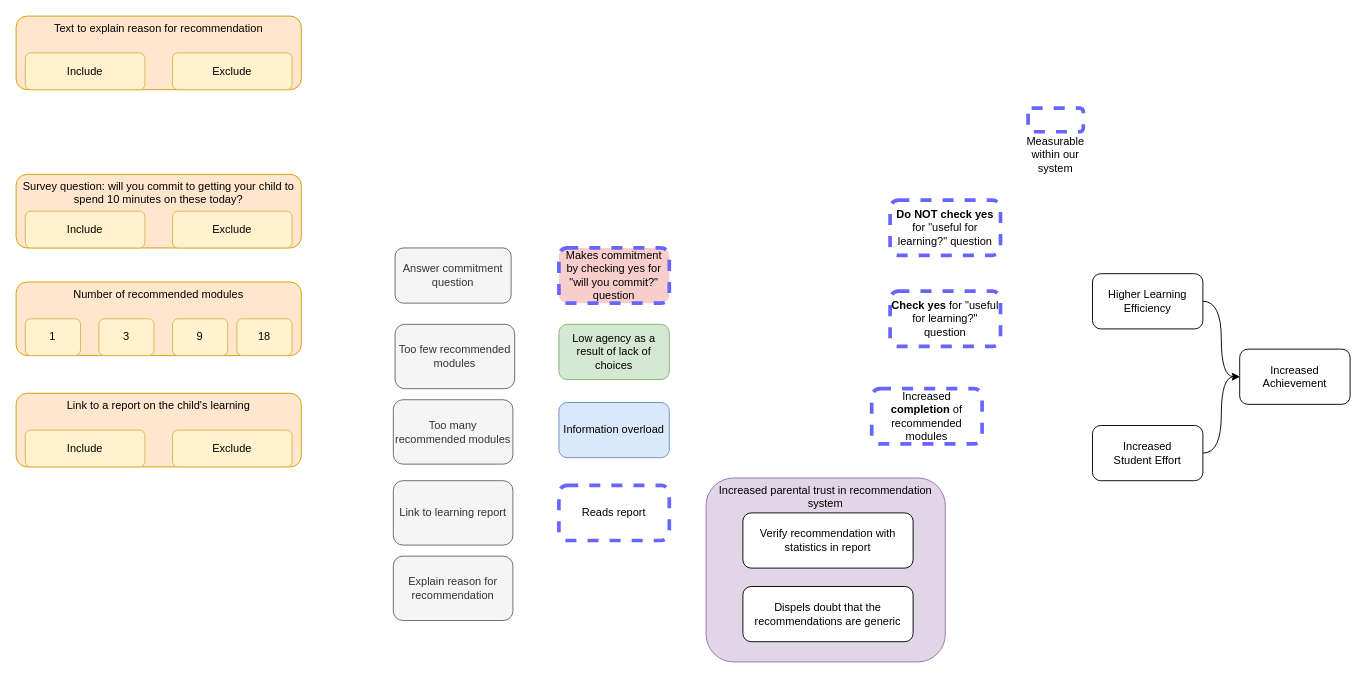
This is parent_nudge_mechanism_engagepage.drawio from henrishi/drawio, a draw.io file, before an edit. Source tidied: cells renumbered, new cells numbered last; positions are measured from the earlier drawing's top-left corner, leaving out a move shared by most shapes. Both pictures are drawn from the tidied source at 92%, with x=0, y=0 at pixel (16, 16).
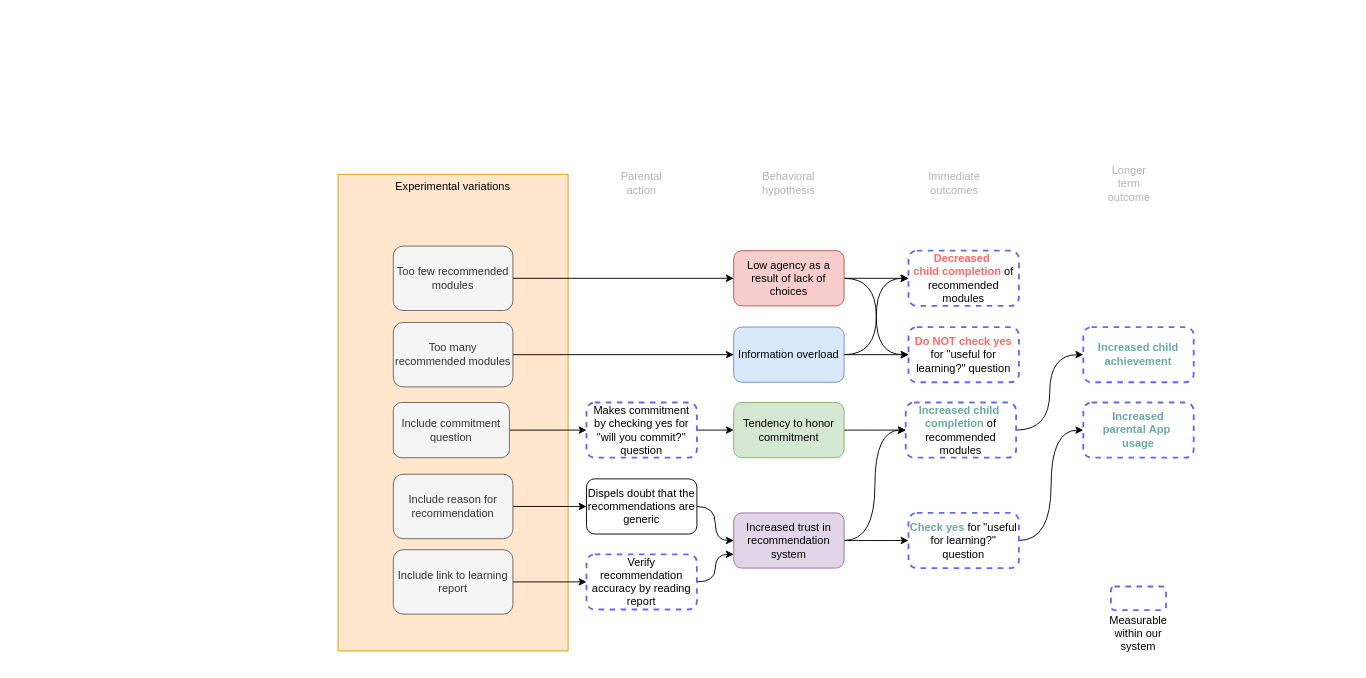
The same diagram, later.

Change to the diagram source:
```diff
@@
-    <mxCell id="2" style="group;" parent="1" vertex="1">
-      <mxGeometry x="750" y="500" width="260" height="200" as="geometry" />
-    </mxCell>
-    <mxCell id="3" value="Increased parental trust in recommendation system" style="rounded=1;whiteSpace=wrap;html=1;fillColor=#e1d5e7;strokeColor=#9673a6;verticalAlign=top;" parent="2" vertex="1">
-      <mxGeometry y="2" width="260" height="200" as="geometry" />
-    </mxCell>
-    <mxCell id="4" value="Verify recommendation with statistics in report" style="rounded=1;whiteSpace=wrap;html=1;" parent="2" vertex="1">
-      <mxGeometry x="40" y="40" width="185" height="60" as="geometry" />
-    </mxCell>
-    <mxCell id="5" value="Dispels doubt that the recommendations are generic" style="rounded=1;whiteSpace=wrap;html=1;" parent="2" vertex="1">
-      <mxGeometry x="40" y="120" width="185" height="60" as="geometry" />
-    </mxCell>
+    <mxCell id="44" value="Experimental variations" style="rounded=0;whiteSpace=wrap;html=1;strokeWidth=1;verticalAlign=top;fillColor=#ffe6cc;strokeColor=#d79b00;" parent="1" vertex="1">
+      <mxGeometry x="350" y="172" width="250" height="518" as="geometry" />
+    </mxCell>
+    <mxCell id="45" style="edgeStyle=none;rounded=0;jettySize=auto;html=1;exitX=1;exitY=0.5;exitDx=0;exitDy=0;entryX=0;entryY=0.5;entryDx=0;entryDy=0;fontColor=#B3B3B3;" parent="1" edge="1" source="6" target="39">
+      <mxGeometry relative="1" as="geometry" />
+    </mxCell>
-    <mxCell id="6" value="Answer commitment question" style="rounded=1;whiteSpace=wrap;html=1;strokeWidth=1;fillColor=#f5f5f5;strokeColor=#666666;fontColor=#333333;" parent="1" vertex="1">
-      <mxGeometry x="411.9" y="252" width="126.2" height="60" as="geometry" />
+    <mxCell id="6" value="Include commitment question" style="rounded=1;whiteSpace=wrap;html=1;strokeWidth=1;fillColor=#f5f5f5;strokeColor=#666666;fontColor=#333333;" parent="1" vertex="1">
+      <mxGeometry x="410" y="420" width="126.2" height="60" as="geometry" />
     </mxCell>
+    <mxCell id="46" style="edgeStyle=none;rounded=0;jettySize=auto;html=1;exitX=1;exitY=0.5;exitDx=0;exitDy=0;entryX=0;entryY=0.5;entryDx=0;entryDy=0;fontColor=#B3B3B3;" parent="1" edge="1" source="7" target="5">
+      <mxGeometry relative="1" as="geometry" />
+    </mxCell>
-    <mxCell id="7" value="Explain reason for recommendation" style="rounded=1;whiteSpace=wrap;html=1;fillColor=#f5f5f5;strokeWidth=1;strokeColor=#666666;fontColor=#333333;" parent="1" vertex="1">
-      <mxGeometry x="410" y="587" width="130" height="70" as="geometry" />
+    <mxCell id="7" value="Include reason for recommendation" style="rounded=1;whiteSpace=wrap;html=1;fillColor=#f5f5f5;strokeWidth=1;strokeColor=#666666;fontColor=#333333;" parent="1" vertex="1">
+      <mxGeometry x="410" y="498" width="130" height="70" as="geometry" />
     </mxCell>
+    <mxCell id="47" style="edgeStyle=orthogonalEdgeStyle;rounded=0;jettySize=auto;html=1;exitX=1;exitY=0.5;exitDx=0;exitDy=0;entryX=0;entryY=0.5;entryDx=0;entryDy=0;fontColor=#B3B3B3;" parent="1" edge="1" source="8" target="41">
+      <mxGeometry relative="1" as="geometry" />
+    </mxCell>
     <mxCell id="8" value="Too few recommended modules" style="rounded=1;whiteSpace=wrap;html=1;fillColor=#f5f5f5;strokeWidth=1;strokeColor=#666666;fontColor=#333333;" parent="1" vertex="1">
-      <mxGeometry x="411.9" y="335" width="130" height="70" as="geometry" />
+      <mxGeometry x="410" y="250" width="130" height="70" as="geometry" />
     </mxCell>
+    <mxCell id="48" style="edgeStyle=none;rounded=0;jettySize=auto;html=1;exitX=1;exitY=0.5;exitDx=0;exitDy=0;fontColor=#B3B3B3;" parent="1" edge="1" source="9" target="34">
+      <mxGeometry relative="1" as="geometry" />
+    </mxCell>
-    <mxCell id="9" value="Link to learning report" style="rounded=1;whiteSpace=wrap;html=1;fillColor=#f5f5f5;strokeWidth=1;strokeColor=#666666;fontColor=#333333;" parent="1" vertex="1">
-      <mxGeometry x="410" y="505" width="130" height="70" as="geometry" />
+    <mxCell id="9" value="Include link to learning report" style="rounded=1;whiteSpace=wrap;html=1;fillColor=#f5f5f5;strokeWidth=1;strokeColor=#666666;fontColor=#333333;" parent="1" vertex="1">
+      <mxGeometry x="410" y="580" width="130" height="70" as="geometry" />
     </mxCell>
-    <mxCell id="10" style="edgeStyle=orthogonalEdgeStyle;curved=1;rounded=0;jettySize=auto;html=1;exitX=1;exitY=0.5;exitDx=0;exitDy=0;entryX=0;entryY=0.5;entryDx=0;entryDy=0;" parent="1" edge="1" source="11" target="14">
-      <mxGeometry relative="1" as="geometry" />
-    </mxCell>
-    <mxCell id="11" value="Increased &lt;br&gt;Student Effort" style="rounded=1;whiteSpace=wrap;html=1;" parent="1" vertex="1">
-      <mxGeometry x="1170" y="445" width="120" height="60" as="geometry" />
-    </mxCell>
-    <mxCell id="12" style="edgeStyle=orthogonalEdgeStyle;curved=1;rounded=0;jettySize=auto;html=1;exitX=1;exitY=0.5;exitDx=0;exitDy=0;entryX=0;entryY=0.5;entryDx=0;entryDy=0;" parent="1" edge="1" source="13" target="14">
-      <mxGeometry relative="1" as="geometry" />
-    </mxCell>
-    <mxCell id="13" value="Higher Learning Efficiency" style="rounded=1;whiteSpace=wrap;html=1;" parent="1" vertex="1">
-      <mxGeometry x="1170" y="280" width="120" height="60" as="geometry" />
-    </mxCell>
-    <mxCell id="14" value="Increased Achievement" style="rounded=1;whiteSpace=wrap;html=1;" parent="1" vertex="1">
-      <mxGeometry x="1330" y="362" width="120" height="60" as="geometry" />
-    </mxCell>
-    <mxCell id="15" style="group;" parent="1" vertex="1">
-      <mxGeometry width="310" height="80" as="geometry" />
-    </mxCell>
-    <mxCell id="16" value="Text to explain reason for recommendation&lt;br&gt;" style="rounded=1;whiteSpace=wrap;html=1;verticalAlign=top;fillColor=#ffe6cc;strokeColor=#d79b00;" parent="15" vertex="1">
-      <mxGeometry width="310" height="80" as="geometry" />
-    </mxCell>
-    <mxCell id="17" value="Include" style="rounded=1;whiteSpace=wrap;html=1;fillColor=#fff2cc;strokeColor=#d6b656;" parent="15" vertex="1">
-      <mxGeometry x="10" y="40" width="130" height="40" as="geometry" />
-    </mxCell>
-    <mxCell id="18" value="Exclude" style="rounded=1;whiteSpace=wrap;html=1;fillColor=#fff2cc;strokeColor=#d6b656;" parent="15" vertex="1">
-      <mxGeometry x="170" y="40" width="130" height="40" as="geometry" />
-    </mxCell>
-    <mxCell id="19" style="group;" parent="1" vertex="1">
-      <mxGeometry y="289" width="310" height="80" as="geometry" />
-    </mxCell>
-    <mxCell id="20" value="Number of recommended modules" style="rounded=1;whiteSpace=wrap;html=1;verticalAlign=top;fillColor=#ffe6cc;strokeColor=#d79b00;" parent="19" vertex="1">
-      <mxGeometry width="310" height="80" as="geometry" />
-    </mxCell>
-    <mxCell id="21" value="1" style="rounded=1;whiteSpace=wrap;html=1;fillColor=#fff2cc;strokeColor=#d6b656;" parent="19" vertex="1">
-      <mxGeometry x="10" y="40" width="60" height="40" as="geometry" />
-    </mxCell>
-    <mxCell id="22" value="3" style="rounded=1;whiteSpace=wrap;html=1;fillColor=#fff2cc;strokeColor=#d6b656;" parent="19" vertex="1">
-      <mxGeometry x="90" y="40" width="60" height="40" as="geometry" />
-    </mxCell>
-    <mxCell id="23" value="9" style="rounded=1;whiteSpace=wrap;html=1;fillColor=#fff2cc;strokeColor=#d6b656;" parent="19" vertex="1">
-      <mxGeometry x="170" y="40" width="60" height="40" as="geometry" />
-    </mxCell>
-    <mxCell id="24" value="18" style="rounded=1;whiteSpace=wrap;html=1;fillColor=#fff2cc;strokeColor=#d6b656;" parent="19" vertex="1">
-      <mxGeometry x="240" y="40" width="60" height="40" as="geometry" />
-    </mxCell>
-    <mxCell id="25" style="group;" parent="1" vertex="1">
-      <mxGeometry y="410" width="310" height="80" as="geometry" />
-    </mxCell>
-    <mxCell id="26" value="Link to a report on the child's learning" style="rounded=1;whiteSpace=wrap;html=1;verticalAlign=top;fillColor=#ffe6cc;strokeColor=#d79b00;" parent="25" vertex="1">
-      <mxGeometry width="310" height="80" as="geometry" />
-    </mxCell>
-    <mxCell id="27" value="Include" style="rounded=1;whiteSpace=wrap;html=1;fillColor=#fff2cc;strokeColor=#d6b656;" parent="25" vertex="1">
-      <mxGeometry x="10" y="40" width="130" height="40" as="geometry" />
-    </mxCell>
-    <mxCell id="28" value="Exclude" style="rounded=1;whiteSpace=wrap;html=1;fillColor=#fff2cc;strokeColor=#d6b656;" parent="25" vertex="1">
-      <mxGeometry x="170" y="40" width="130" height="40" as="geometry" />
-    </mxCell>
-    <mxCell id="29" style="group;" parent="1" vertex="1">
-      <mxGeometry y="172" width="310" height="80" as="geometry" />
-    </mxCell>
-    <mxCell id="30" value="Survey question: will you commit to getting your child to spend 10 minutes on these today?" style="rounded=1;whiteSpace=wrap;html=1;verticalAlign=top;fillColor=#ffe6cc;strokeColor=#d79b00;" parent="29" vertex="1">
-      <mxGeometry width="310" height="80" as="geometry" />
-    </mxCell>
-    <mxCell id="31" value="Include" style="rounded=1;whiteSpace=wrap;html=1;fillColor=#fff2cc;strokeColor=#d6b656;" parent="29" vertex="1">
-      <mxGeometry x="10" y="40" width="130" height="40" as="geometry" />
-    </mxCell>
-    <mxCell id="32" value="Exclude" style="rounded=1;whiteSpace=wrap;html=1;fillColor=#fff2cc;strokeColor=#d6b656;" parent="29" vertex="1">
-      <mxGeometry x="170" y="40" width="130" height="40" as="geometry" />
-    </mxCell>
+    <mxCell id="49" style="rounded=0;jettySize=auto;html=1;exitX=1;exitY=0.5;exitDx=0;exitDy=0;entryX=0;entryY=0.5;entryDx=0;entryDy=0;fontColor=#B3B3B3;" parent="1" edge="1" source="33" target="40">
+      <mxGeometry relative="1" as="geometry" />
+    </mxCell>
     <mxCell id="33" value="Too many recommended modules" style="rounded=1;whiteSpace=wrap;html=1;fillColor=#f5f5f5;strokeWidth=1;strokeColor=#666666;fontColor=#333333;" parent="1" vertex="1">
-      <mxGeometry x="410" y="417" width="130" height="70" as="geometry" />
+      <mxGeometry x="410" y="333" width="130" height="70" as="geometry" />
     </mxCell>
+    <mxCell id="50" style="edgeStyle=orthogonalEdgeStyle;curved=1;rounded=0;jettySize=auto;html=1;exitX=1;exitY=0.5;exitDx=0;exitDy=0;entryX=0;entryY=0.75;entryDx=0;entryDy=0;fontColor=#B3B3B3;" parent="1" edge="1" source="34" target="64">
+      <mxGeometry relative="1" as="geometry" />
+    </mxCell>
-    <mxCell id="34" value="Reads report" style="rounded=1;whiteSpace=wrap;html=1;dashed=1;strokeWidth=4;strokeColor=#6666FF;" parent="1" vertex="1">
-      <mxGeometry x="590" y="510" width="120" height="60" as="geometry" />
+    <mxCell id="34" value="Verify recommendation accuracy by reading report" style="rounded=1;whiteSpace=wrap;html=1;dashed=1;strokeWidth=2;strokeColor=#6666FF;" parent="1" vertex="1">
+      <mxGeometry x="620" y="585" width="120" height="60" as="geometry" />
     </mxCell>
     <mxCell id="35" style="group;" parent="1" vertex="1">
-      <mxGeometry x="1090" y="100" width="80" height="60" as="geometry" />
+      <mxGeometry x="1180" y="620" width="80" height="60" as="geometry" />
     </mxCell>
-    <mxCell id="36" style="rounded=1;whiteSpace=wrap;html=1;dashed=1;strokeWidth=4;strokeColor=#6666FF;" parent="35" vertex="1">
+    <mxCell id="36" style="rounded=1;whiteSpace=wrap;html=1;dashed=1;strokeWidth=2;strokeColor=#6666FF;" parent="35" vertex="1">
       <mxGeometry x="10" width="60" height="25.7" as="geometry" />
     </mxCell>
@@
+    <mxCell id="51" style="edgeStyle=orthogonalEdgeStyle;curved=1;rounded=0;jettySize=auto;html=1;exitX=1;exitY=0.5;exitDx=0;exitDy=0;entryX=0;entryY=0.5;entryDx=0;entryDy=0;fontColor=#B3B3B3;" parent="1" edge="1" source="38" target="70">
+      <mxGeometry relative="1" as="geometry" />
+    </mxCell>
-    <mxCell id="38" value="&lt;b&gt;Check yes &lt;/b&gt;for &quot;useful for learning?&quot; question" style="rounded=1;whiteSpace=wrap;html=1;dashed=1;strokeWidth=4;strokeColor=#6666FF;" parent="1" vertex="1">
-      <mxGeometry x="950" y="299" width="120" height="60" as="geometry" />
+    <mxCell id="38" value="&lt;b&gt;&lt;font color=&quot;#67ab9f&quot;&gt;Check yes&lt;/font&gt; &lt;/b&gt;for &quot;useful for learning?&quot; question" style="rounded=1;whiteSpace=wrap;html=1;dashed=1;strokeWidth=2;strokeColor=#6666FF;" parent="1" vertex="1">
+      <mxGeometry x="970" y="540" width="120" height="60" as="geometry" />
     </mxCell>
+    <mxCell id="52" style="edgeStyle=none;rounded=0;jettySize=auto;html=1;exitX=1;exitY=0.5;exitDx=0;exitDy=0;entryX=0;entryY=0.5;entryDx=0;entryDy=0;fontColor=#B3B3B3;" parent="1" edge="1" source="39" target="60">
+      <mxGeometry relative="1" as="geometry" />
+    </mxCell>
-    <mxCell id="39" value="Makes commitment by checking yes for &quot;will you commit?&quot; question" style="rounded=1;whiteSpace=wrap;html=1;dashed=1;strokeWidth=4;fillColor=#f8cecc;strokeColor=#6666FF;" parent="1" vertex="1">
-      <mxGeometry x="590" y="252" width="120" height="60" as="geometry" />
+    <mxCell id="39" value="Makes commitment by checking yes for &quot;will you commit?&quot; question" style="rounded=1;whiteSpace=wrap;html=1;dashed=1;strokeWidth=2;strokeColor=#6666FF;fillColor=none;" parent="1" vertex="1">
+      <mxGeometry x="620" y="420" width="120" height="60" as="geometry" />
     </mxCell>
+    <mxCell id="53" style="edgeStyle=orthogonalEdgeStyle;rounded=0;jettySize=auto;html=1;exitX=1;exitY=0.5;exitDx=0;exitDy=0;entryX=0;entryY=0.5;entryDx=0;entryDy=0;fontColor=#B3B3B3;" parent="1" edge="1" source="40" target="42">
+      <mxGeometry relative="1" as="geometry" />
+    </mxCell>
+    <mxCell id="54" style="edgeStyle=orthogonalEdgeStyle;rounded=0;jettySize=auto;html=1;exitX=1;exitY=0.5;exitDx=0;exitDy=0;entryX=0;entryY=0.5;entryDx=0;entryDy=0;fontColor=#B3B3B3;curved=1;" parent="1" edge="1" source="40" target="65">
+      <mxGeometry relative="1" as="geometry" />
+    </mxCell>
     <mxCell id="40" value="Information overload" style="rounded=1;whiteSpace=wrap;html=1;fillColor=#dae8fc;strokeColor=#6c8ebf;" parent="1" vertex="1">
-      <mxGeometry x="590" y="420" width="120" height="60" as="geometry" />
+      <mxGeometry x="780" y="338" width="120" height="60" as="geometry" />
     </mxCell>
+    <mxCell id="55" style="edgeStyle=orthogonalEdgeStyle;rounded=0;jettySize=auto;html=1;exitX=1;exitY=0.5;exitDx=0;exitDy=0;entryX=0;entryY=0.5;entryDx=0;entryDy=0;fontColor=#B3B3B3;" parent="1" edge="1" source="41" target="65">
+      <mxGeometry relative="1" as="geometry" />
+    </mxCell>
+    <mxCell id="56" style="edgeStyle=orthogonalEdgeStyle;rounded=0;jettySize=auto;html=1;exitX=1;exitY=0.5;exitDx=0;exitDy=0;entryX=0;entryY=0.5;entryDx=0;entryDy=0;fontColor=#B3B3B3;curved=1;" parent="1" edge="1" source="41" target="42">
+      <mxGeometry relative="1" as="geometry" />
+    </mxCell>
-    <mxCell id="41" value="Low agency as a result of lack of choices" style="rounded=1;whiteSpace=wrap;html=1;fillColor=#d5e8d4;strokeColor=#82b366;" parent="1" vertex="1">
-      <mxGeometry x="590" y="335" width="120" height="60" as="geometry" />
+    <mxCell id="41" value="Low agency as a result of lack of choices" style="rounded=1;whiteSpace=wrap;html=1;fillColor=#f8cecc;strokeColor=#b85450;" parent="1" vertex="1">
+      <mxGeometry x="780" y="255" width="120" height="60" as="geometry" />
     </mxCell>
-    <mxCell id="42" value="&lt;b&gt;Do NOT check yes&lt;/b&gt; for &quot;useful for learning?&quot; question" style="rounded=1;whiteSpace=wrap;html=1;dashed=1;strokeWidth=4;strokeColor=#6666FF;" parent="1" vertex="1">
-      <mxGeometry x="950" y="200" width="120" height="60" as="geometry" />
+    <mxCell id="42" value="&lt;b&gt;&lt;font color=&quot;#ff6666&quot;&gt;Do NOT check yes&lt;/font&gt;&lt;/b&gt; for &quot;useful for learning?&quot; question" style="rounded=1;whiteSpace=wrap;html=1;dashed=1;strokeWidth=2;strokeColor=#6666FF;" parent="1" vertex="1">
+      <mxGeometry x="970" y="338" width="120" height="60" as="geometry" />
     </mxCell>
+    <mxCell id="57" style="edgeStyle=orthogonalEdgeStyle;curved=1;rounded=0;jettySize=auto;html=1;exitX=1;exitY=0.5;exitDx=0;exitDy=0;entryX=0;entryY=0.5;entryDx=0;entryDy=0;fontColor=#B3B3B3;" parent="1" edge="1" source="43" target="58">
+      <mxGeometry relative="1" as="geometry" />
+    </mxCell>
-    <mxCell id="43" value="Increased &lt;b&gt;completion&lt;/b&gt; of recommended modules" style="rounded=1;whiteSpace=wrap;html=1;dashed=1;strokeWidth=4;strokeColor=#6666FF;" parent="1" vertex="1">
-      <mxGeometry x="930" y="405" width="120" height="60" as="geometry" />
+    <mxCell id="43" value="&lt;font color=&quot;#67ab9f&quot;&gt;&lt;b&gt;Increased&lt;/b&gt;&amp;nbsp;&lt;b&gt;child&amp;nbsp;&lt;br&gt;completion&lt;/b&gt;&lt;/font&gt;&amp;nbsp;of recommended modules" style="rounded=1;whiteSpace=wrap;html=1;dashed=1;strokeWidth=2;strokeColor=#6666FF;" parent="1" vertex="1">
+      <mxGeometry x="967" y="420" width="120" height="60" as="geometry" />
     </mxCell>
+    <mxCell id="58" value="&lt;font color=&quot;#67ab9f&quot;&gt;&lt;b&gt;Increased child achievement&lt;/b&gt;&lt;/font&gt;" style="rounded=1;whiteSpace=wrap;html=1;dashed=1;strokeWidth=2;strokeColor=#6666FF;" parent="1" vertex="1">
+      <mxGeometry x="1160" y="338" width="120" height="60" as="geometry" />
+    </mxCell>
+    <mxCell id="59" style="edgeStyle=orthogonalEdgeStyle;curved=1;rounded=0;jettySize=auto;html=1;exitX=1;exitY=0.5;exitDx=0;exitDy=0;entryX=0;entryY=0.5;entryDx=0;entryDy=0;fontColor=#B3B3B3;" parent="1" edge="1" source="60" target="43">
+      <mxGeometry relative="1" as="geometry" />
+    </mxCell>
+    <mxCell id="60" value="Tendency to honor commitment" style="rounded=1;whiteSpace=wrap;html=1;fillColor=#d5e8d4;strokeColor=#82b366;" parent="1" vertex="1">
+      <mxGeometry x="780" y="420" width="120" height="60" as="geometry" />
+    </mxCell>
+    <mxCell id="61" style="edgeStyle=orthogonalEdgeStyle;curved=1;rounded=0;jettySize=auto;html=1;exitX=1;exitY=0.5;exitDx=0;exitDy=0;entryX=0;entryY=0.5;entryDx=0;entryDy=0;fontColor=#B3B3B3;" parent="1" edge="1" source="5" target="64">
+      <mxGeometry relative="1" as="geometry" />
+    </mxCell>
+    <mxCell id="5" value="Dispels doubt that the recommendations are generic" style="rounded=1;whiteSpace=wrap;html=1;" parent="1" vertex="1">
+      <mxGeometry x="620" y="503" width="120" height="60" as="geometry" />
+    </mxCell>
+    <mxCell id="62" style="edgeStyle=orthogonalEdgeStyle;curved=1;rounded=0;jettySize=auto;html=1;exitX=1;exitY=0.5;exitDx=0;exitDy=0;entryX=0;entryY=0.5;entryDx=0;entryDy=0;fontColor=#B3B3B3;" parent="1" edge="1" source="64" target="43">
+      <mxGeometry relative="1" as="geometry" />
+    </mxCell>
+    <mxCell id="63" style="edgeStyle=orthogonalEdgeStyle;curved=1;rounded=0;jettySize=auto;html=1;exitX=1;exitY=0.5;exitDx=0;exitDy=0;entryX=0;entryY=0.5;entryDx=0;entryDy=0;fontColor=#B3B3B3;" parent="1" edge="1" source="64" target="38">
+      <mxGeometry relative="1" as="geometry" />
+    </mxCell>
+    <mxCell id="64" value="&lt;span&gt;Increased trust in recommendation system&lt;/span&gt;" style="rounded=1;whiteSpace=wrap;html=1;strokeColor=#9673a6;strokeWidth=1;fillColor=#e1d5e7;" parent="1" vertex="1">
+      <mxGeometry x="780" y="540" width="120" height="60" as="geometry" />
+    </mxCell>
+    <mxCell id="65" value="&lt;font color=&quot;#ff6666&quot;&gt;&lt;b&gt;Decreased&lt;/b&gt;&amp;nbsp;&lt;br&gt;&lt;b&gt;child completion&lt;/b&gt;&lt;/font&gt; of recommended modules" style="rounded=1;whiteSpace=wrap;html=1;dashed=1;strokeWidth=2;strokeColor=#6666FF;" parent="1" vertex="1">
+      <mxGeometry x="970" y="255" width="120" height="60" as="geometry" />
+    </mxCell>
+    <mxCell id="66" value="Behavioral hypothesis" style="text;html=1;strokeColor=none;fillColor=none;align=center;verticalAlign=middle;whiteSpace=wrap;rounded=0;fontColor=#B3B3B3;" parent="1" vertex="1">
+      <mxGeometry x="820" y="172" width="40" height="20" as="geometry" />
+    </mxCell>
+    <mxCell id="67" value="Parental action" style="text;html=1;strokeColor=none;fillColor=none;align=center;verticalAlign=middle;whiteSpace=wrap;rounded=0;fontColor=#B3B3B3;" parent="1" vertex="1">
+      <mxGeometry x="660" y="172" width="40" height="20" as="geometry" />
+    </mxCell>
+    <mxCell id="68" value="Immediate outcomes" style="text;html=1;strokeColor=none;fillColor=none;align=center;verticalAlign=middle;whiteSpace=wrap;rounded=0;fontColor=#B3B3B3;" parent="1" vertex="1">
+      <mxGeometry x="1000" y="172" width="40" height="20" as="geometry" />
+    </mxCell>
+    <mxCell id="69" value="Longer term outcome" style="text;html=1;strokeColor=none;fillColor=none;align=center;verticalAlign=middle;whiteSpace=wrap;rounded=0;fontColor=#B3B3B3;" parent="1" vertex="1">
+      <mxGeometry x="1190" y="172" width="40" height="20" as="geometry" />
+    </mxCell>
+    <mxCell id="70" value="&lt;font color=&quot;#67ab9f&quot;&gt;&lt;b&gt;Increased parental&amp;nbsp;&lt;/b&gt;&lt;/font&gt;&lt;b style=&quot;color: rgb(103 , 171 , 159)&quot;&gt;App&amp;nbsp;&lt;/b&gt;&lt;font color=&quot;#67ab9f&quot;&gt;&lt;b&gt;&lt;br&gt;usage&lt;/b&gt;&lt;/font&gt;" style="rounded=1;whiteSpace=wrap;html=1;dashed=1;strokeWidth=2;strokeColor=#6666FF;" parent="1" vertex="1">
+      <mxGeometry x="1160" y="420" width="120" height="60" as="geometry" />
+    </mxCell>
```
